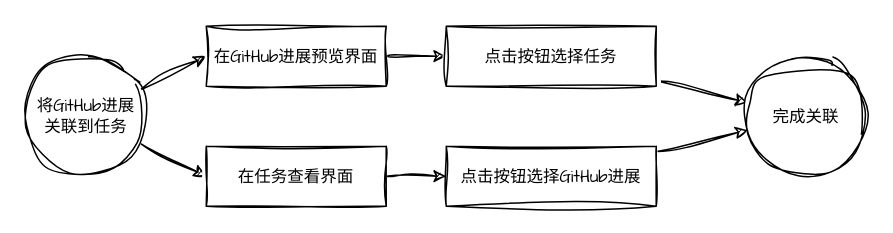
Before: page "第 2 页" (2 of 2) of pictures/dev.drawio in buaa2023sw/doc, a draw.io diagram. Source tidied: cells renumbered, new cells numbered last; positions are measured from the earlier drawing's top-left corner, leaving out a move shared by most shapes. Both pictures are drawn from the tidied source at 150%, with x=0, y=0 at pixel (26, 26).
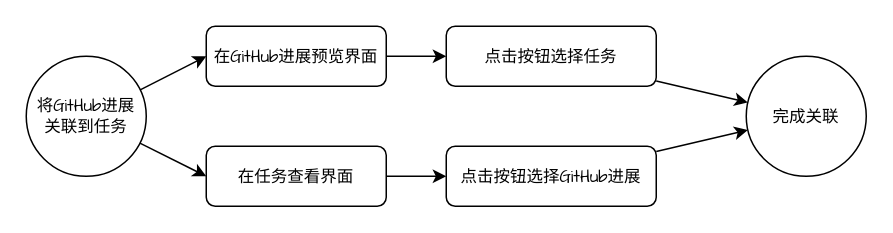
Above is the later version.

Diff of the diagram source:
```diff
@@
 <mxGraphModel>
   <root>
     <mxCell id="0" />
     <mxCell id="1" parent="0" />
-    <mxCell id="2" style="edgeStyle=none;sketch=1;hachureGap=4;jiggle=2;curveFitting=1;html=1;entryX=0;entryY=0.5;entryDx=0;entryDy=0;fontFamily=Architects Daughter;fontSize=11;" parent="1" edge="1" source="4" target="6">
+    <mxCell id="2" style="edgeStyle=none;hachureGap=4;html=1;entryX=0;entryY=0.5;entryDx=0;entryDy=0;fontFamily=Architects Daughter;fontSize=11;rounded=1;" parent="1" edge="1" source="4" target="6">
       <mxGeometry relative="1" as="geometry" />
     </mxCell>
-    <mxCell id="3" style="edgeStyle=none;sketch=1;hachureGap=4;jiggle=2;curveFitting=1;html=1;entryX=0;entryY=0.5;entryDx=0;entryDy=0;fontFamily=Architects Daughter;fontSize=11;" parent="1" edge="1" source="4" target="8">
+    <mxCell id="3" style="edgeStyle=none;hachureGap=4;html=1;entryX=0;entryY=0.5;entryDx=0;entryDy=0;fontFamily=Architects Daughter;fontSize=11;" parent="1" edge="1" source="4" target="8">
       <mxGeometry relative="1" as="geometry" />
     </mxCell>
-    <mxCell id="4" value="将GitHub进展&lt;br&gt;关联到任务" style="ellipse;whiteSpace=wrap;html=1;sketch=1;hachureGap=4;jiggle=2;curveFitting=1;fontFamily=Architects Daughter;fontSize=11;" parent="1" vertex="1">
+    <mxCell id="4" value="将GitHub进展&lt;br&gt;关联到任务" style="ellipse;whiteSpace=wrap;html=1;hachureGap=4;fontFamily=Architects Daughter;fontSize=11;rounded=1;" parent="1" vertex="1">
       <mxGeometry y="20" width="80" height="80" as="geometry" />
     </mxCell>
-    <mxCell id="5" style="edgeStyle=none;sketch=1;hachureGap=4;jiggle=2;curveFitting=1;html=1;entryX=0;entryY=0.5;entryDx=0;entryDy=0;fontFamily=Architects Daughter;fontSize=11;" parent="1" edge="1" source="6" target="10">
+    <mxCell id="5" style="edgeStyle=none;hachureGap=4;html=1;entryX=0;entryY=0.5;entryDx=0;entryDy=0;fontFamily=Architects Daughter;fontSize=11;" parent="1" edge="1" source="6" target="10">
       <mxGeometry relative="1" as="geometry" />
     </mxCell>
-    <mxCell id="6" value="在GitHub进展预览界面" style="rounded=0;whiteSpace=wrap;html=1;sketch=1;hachureGap=4;jiggle=2;curveFitting=1;fontFamily=Architects Daughter;fontSize=11;" parent="1" vertex="1">
+    <mxCell id="6" value="在GitHub进展预览界面" style="rounded=1;whiteSpace=wrap;html=1;hachureGap=4;fontFamily=Architects Daughter;fontSize=11;" parent="1" vertex="1">
       <mxGeometry x="120" width="120" height="40" as="geometry" />
     </mxCell>
-    <mxCell id="7" style="edgeStyle=none;sketch=1;hachureGap=4;jiggle=2;curveFitting=1;html=1;entryX=0;entryY=0.5;entryDx=0;entryDy=0;fontFamily=Architects Daughter;fontSize=11;" parent="1" edge="1" source="8" target="12">
+    <mxCell id="7" style="edgeStyle=none;hachureGap=4;html=1;entryX=0;entryY=0.5;entryDx=0;entryDy=0;fontFamily=Architects Daughter;fontSize=11;" parent="1" edge="1" source="8" target="12">
       <mxGeometry relative="1" as="geometry" />
     </mxCell>
-    <mxCell id="8" value="在任务查看界面" style="rounded=0;whiteSpace=wrap;html=1;sketch=1;hachureGap=4;jiggle=2;curveFitting=1;fontFamily=Architects Daughter;fontSize=11;" parent="1" vertex="1">
+    <mxCell id="8" value="在任务查看界面" style="rounded=1;whiteSpace=wrap;html=1;hachureGap=4;fontFamily=Architects Daughter;fontSize=11;" parent="1" vertex="1">
       <mxGeometry x="120" y="80" width="120" height="40" as="geometry" />
     </mxCell>
-    <mxCell id="9" style="edgeStyle=none;sketch=1;hachureGap=4;jiggle=2;curveFitting=1;html=1;fontFamily=Architects Daughter;fontSize=11;" parent="1" edge="1" source="10" target="13">
+    <mxCell id="9" style="edgeStyle=none;hachureGap=4;html=1;fontFamily=Architects Daughter;fontSize=11;" parent="1" edge="1" source="10" target="13">
       <mxGeometry relative="1" as="geometry" />
     </mxCell>
-    <mxCell id="10" value="点击按钮选择任务" style="rounded=0;whiteSpace=wrap;html=1;sketch=1;hachureGap=4;jiggle=2;curveFitting=1;fontFamily=Architects Daughter;fontSize=11;" parent="1" vertex="1">
+    <mxCell id="10" value="点击按钮选择任务" style="rounded=1;whiteSpace=wrap;html=1;hachureGap=4;fontFamily=Architects Daughter;fontSize=11;" parent="1" vertex="1">
       <mxGeometry x="280" width="140" height="40" as="geometry" />
     </mxCell>
-    <mxCell id="11" style="edgeStyle=none;sketch=1;hachureGap=4;jiggle=2;curveFitting=1;html=1;fontFamily=Architects Daughter;fontSize=11;" parent="1" edge="1" source="12" target="13">
+    <mxCell id="11" style="edgeStyle=none;hachureGap=4;html=1;fontFamily=Architects Daughter;fontSize=11;" parent="1" edge="1" source="12" target="13">
       <mxGeometry relative="1" as="geometry" />
     </mxCell>
-    <mxCell id="12" value="点击按钮选择GitHub进展" style="rounded=0;whiteSpace=wrap;html=1;sketch=1;hachureGap=4;jiggle=2;curveFitting=1;fontFamily=Architects Daughter;fontSize=11;" parent="1" vertex="1">
+    <mxCell id="12" value="点击按钮选择GitHub进展" style="rounded=1;whiteSpace=wrap;html=1;hachureGap=4;fontFamily=Architects Daughter;fontSize=11;" parent="1" vertex="1">
       <mxGeometry x="280" y="80" width="140" height="40" as="geometry" />
     </mxCell>
-    <mxCell id="13" value="完成关联" style="ellipse;whiteSpace=wrap;html=1;sketch=1;hachureGap=4;jiggle=2;curveFitting=1;fontFamily=Architects Daughter;fontSize=11;" parent="1" vertex="1">
+    <mxCell id="13" value="完成关联" style="ellipse;whiteSpace=wrap;html=1;hachureGap=4;fontFamily=Architects Daughter;fontSize=11;rounded=1;" parent="1" vertex="1">
       <mxGeometry x="480" y="20" width="80" height="80" as="geometry" />
     </mxCell>
   </root>
 </mxGraphModel>
```
